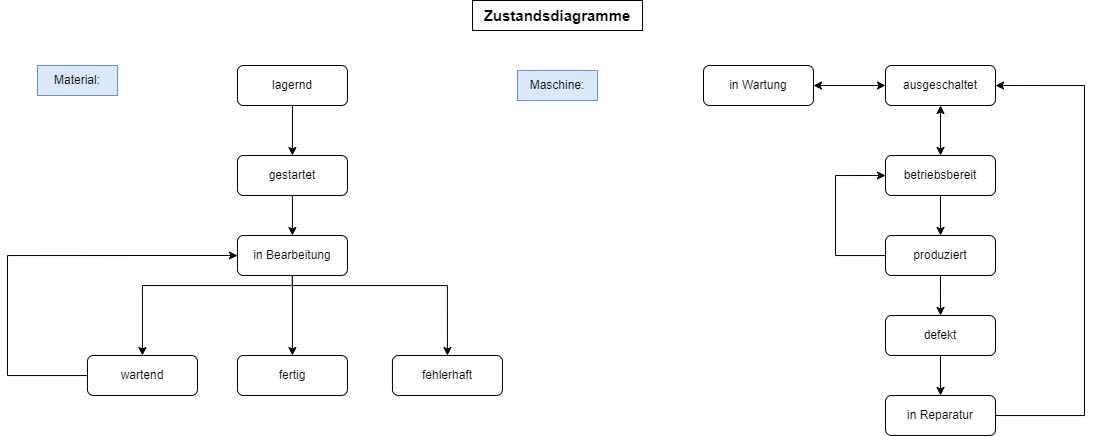
The draw.io diagram docs/requirements/images/Zustandsdiagramme_Material_Maschine.png in RichardSchultz-gh/semiconductor-logistics-automation, before a commit. Source tidied: cells renumbered, new cells last; positions are measured from the earlier drawing's top-left corner, leaving out a move shared by most shapes.
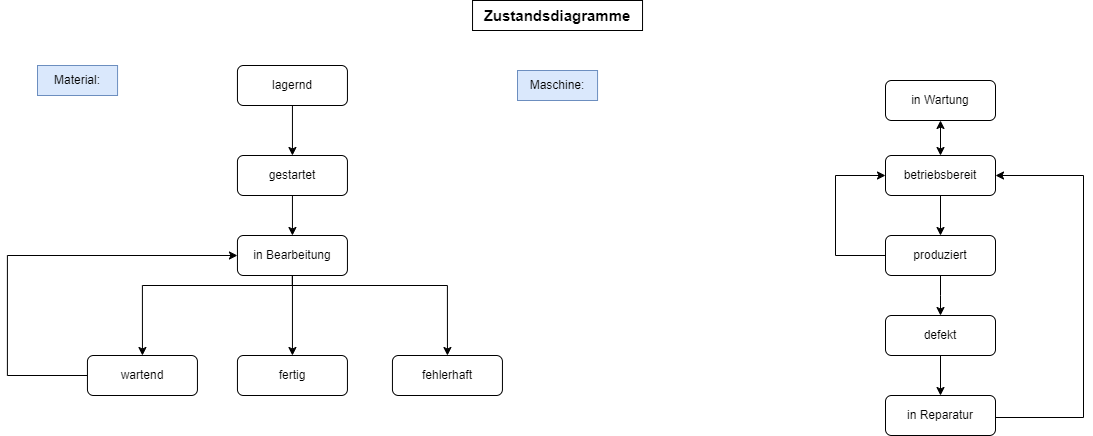
Above is the later version.

Change to the diagram source:
```diff
@@ -51,9 +51,6 @@
     <mxCell id="14" value="betriebsbereit" style="rounded=1;whiteSpace=wrap;html=1;" parent="1" vertex="1">
       <mxGeometry x="878" y="155" width="110" height="40" as="geometry" />
     </mxCell>
-    <mxCell id="15" value="ausgeschaltet" style="rounded=1;whiteSpace=wrap;html=1;" parent="1" vertex="1">
-      <mxGeometry x="878" y="65" width="110" height="40" as="geometry" />
-    </mxCell>
     <mxCell id="16" style="edgeStyle=orthogonalEdgeStyle;rounded=0;jettySize=auto;html=1;entryX=0.5;entryY=0;entryDx=0;entryDy=0;" parent="1" edge="1" source="18">
       <mxGeometry relative="1" as="geometry">
         <mxPoint x="933" y="315" as="targetPoint" />
@@ -71,17 +68,16 @@
       <mxGeometry x="878" y="235" width="110" height="40" as="geometry" />
     </mxCell>
     <mxCell id="19" value="in Wartung" style="rounded=1;whiteSpace=wrap;html=1;" parent="1" vertex="1">
-      <mxGeometry x="696" y="65" width="110" height="40" as="geometry" />
+      <mxGeometry x="878" y="80" width="110" height="40" as="geometry" />
     </mxCell>
-    <mxCell id="20" style="edgeStyle=orthogonalEdgeStyle;rounded=0;jettySize=auto;html=1;exitX=0.5;exitY=0;exitDx=0;exitDy=0;entryX=1;entryY=0.5;entryDx=0;entryDy=0;" parent="1" edge="1" source="21" target="15">
-      <mxGeometry relative="1" as="geometry">
-        <Array as="points">
-          <mxPoint x="933" y="415" />
-          <mxPoint x="1077" y="415" />
-          <mxPoint x="1077" y="85" />
-        </Array>
-      </mxGeometry>
-    </mxCell>
+    <mxCell id="30" style="edgeStyle=orthogonalEdgeStyle;rounded=0;jettySize=auto;html=1;entryX=1;entryY=0.5;entryDx=0;entryDy=0;" parent="1" edge="1" source="21" target="14">
+      <mxGeometry relative="1" as="geometry">
+        <Array as="points">
+          <mxPoint x="1076" y="417" />
+          <mxPoint x="1076" y="175" />
+        </Array>
+      </mxGeometry>
+    </mxCell>
     <mxCell id="21" value="in Reparatur" style="rounded=1;whiteSpace=wrap;html=1;" parent="1" vertex="1">
       <mxGeometry x="878" y="395" width="110" height="40" as="geometry" />
     </mxCell>
@@ -108,11 +104,8 @@
     <mxCell id="27" value="Maschine:" style="text;html=1;strokeColor=#6c8ebf;fillColor=#dae8fc;align=center;verticalAlign=middle;whiteSpace=wrap;rounded=0;" parent="1" vertex="1">
       <mxGeometry x="510" y="70" width="80.1" height="30" as="geometry" />
     </mxCell>
-    <mxCell id="28" style="endArrow=classic;startArrow=classic;html=1;rounded=0;exitX=0.5;exitY=0;exitDx=0;exitDy=0;entryX=0.5;entryY=1;entryDx=0;entryDy=0;" parent="1" edge="1" source="14" target="15">
+    <mxCell id="28" style="endArrow=classic;startArrow=classic;html=1;rounded=0;exitX=0.5;exitY=0;exitDx=0;exitDy=0;entryX=0.5;entryY=1;entryDx=0;entryDy=0;" parent="1" edge="1" source="14" target="19">
       <mxGeometry relative="1" as="geometry" />
     </mxCell>
-    <mxCell id="29" style="endArrow=classic;startArrow=classic;html=1;rounded=0;exitX=1;exitY=0.5;exitDx=0;exitDy=0;entryX=0;entryY=0.5;entryDx=0;entryDy=0;" parent="1" edge="1" source="19" target="15">
-      <mxGeometry relative="1" as="geometry" />
-    </mxCell>
   </root>
 </mxGraphModel>
```
